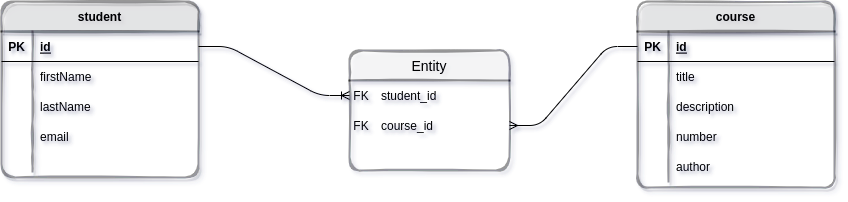
This is spring/data-jpa/assets/spring-jpa-projection/spring- jpa-projections.png from hakobtp/home, a draw.io export, as it was before one commit. Source tidied: cells renumbered, new cells last; positions are measured from the earlier drawing's top-left corner, leaving out a move shared by most shapes.
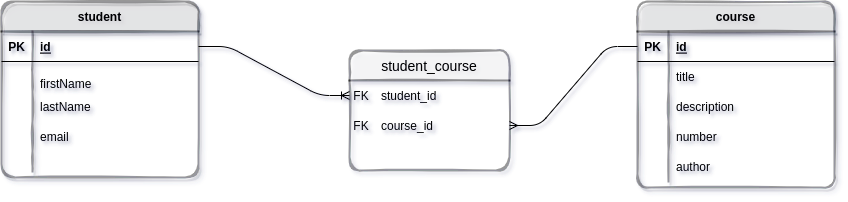
The same file after the commit.

Commit message:
added student-course_relationship png

The edit, as a diff of the source:
```diff
@@ -20,7 +20,7 @@
     <mxCell id="7" style="shape=partialRectangle;fillColor=none;top=0;left=0;bottom=0;right=0;overflow=hidden;" parent="6" vertex="1">
       <mxGeometry width="31" height="30" as="geometry" />
     </mxCell>
-    <mxCell id="8" value="firstName" style="shape=partialRectangle;fillColor=none;top=0;left=0;bottom=0;right=0;align=left;spacingLeft=6;overflow=hidden;" parent="6" vertex="1">
+    <mxCell id="8" value="&#10;firstName &#10;" style="shape=partialRectangle;fillColor=none;top=0;left=0;bottom=0;right=0;align=left;spacingLeft=6;overflow=hidden;" parent="6" vertex="1">
       <mxGeometry x="31" width="166" height="30" as="geometry" />
     </mxCell>
     <mxCell id="9" style="shape=tableRow;horizontal=0;startSize=0;swimlaneHead=0;swimlaneBody=0;fillColor=none;top=0;left=0;right=0;bottom=0;" parent="2" vertex="1">
@@ -98,34 +98,34 @@
     <mxCell id="33" value="author" style="shape=partialRectangle;fillColor=none;top=0;left=0;bottom=0;right=0;align=left;spacingLeft=6;overflow=hidden;" parent="31" vertex="1">
       <mxGeometry x="31" width="166" height="30" as="geometry" />
     </mxCell>
-    <mxCell id="34" value="Entity" style="swimlane;horizontal=1;startSize=30;rounded=1;fontSize=14;fontStyle=0;strokeWidth=2;shadow=0;dashed=0;align=center;sketch=1;fontFamily=Helvetica;fontColor=default;fillColor=default;opacity=40;" parent="1" vertex="1">
+    <mxCell id="34" value="student_course" style="swimlane;horizontal=1;startSize=30;rounded=1;fontSize=14;fontStyle=0;strokeWidth=2;shadow=0;dashed=0;align=center;sketch=1;fontFamily=Helvetica;opacity=40;" parent="1" vertex="1">
       <mxGeometry x="348" y="49" width="160" height="120" as="geometry" />
     </mxCell>
-    <mxCell id="35" style="shape=table;startSize=0;rowLines=0;fontStyle=0;align=center;strokeColor=none;fillColor=none;rounded=1;shadow=1;sketch=1;fontFamily=Helvetica;fontSize=12;fontColor=default;opacity=40;" parent="34" vertex="1">
+    <mxCell id="35" style="shape=table;startSize=0;rowLines=0;fontStyle=0;align=center;strokeColor=none;fillColor=none;rounded=1;shadow=1;sketch=1;fontFamily=Helvetica;fontSize=12;opacity=40;" parent="34" vertex="1">
       <mxGeometry y="30" width="160" height="90" as="geometry" />
     </mxCell>
-    <mxCell id="36" style="shape=tableRow;horizontal=0;startSize=0;swimlaneHead=0;swimlaneBody=0;fillColor=none;points=[[0,0.5],[1,0.5]];portConstraint=eastwest;top=0;left=0;right=0;bottom=0;rounded=1;shadow=1;sketch=1;fontFamily=Helvetica;fontSize=12;fontColor=default;strokeColor=default;strokeWidth=2;opacity=40;" parent="35" vertex="1">
+    <mxCell id="36" style="shape=tableRow;horizontal=0;startSize=0;swimlaneHead=0;swimlaneBody=0;fillColor=none;points=[[0,0.5],[1,0.5]];portConstraint=eastwest;top=0;left=0;right=0;bottom=0;rounded=1;shadow=1;sketch=1;fontFamily=Helvetica;fontSize=12;strokeWidth=2;opacity=40;" parent="35" vertex="1">
       <mxGeometry width="160" height="30" as="geometry" />
     </mxCell>
-    <mxCell id="37" value="FK" style="shape=partialRectangle;fillColor=none;top=0;left=0;bottom=0;right=0;fontStyle=0;overflow=hidden;rounded=1;shadow=1;sketch=1;fontFamily=Helvetica;fontSize=12;fontColor=default;startSize=30;strokeColor=default;strokeWidth=2;opacity=40;" parent="36" vertex="1">
+    <mxCell id="37" value="FK" style="shape=partialRectangle;fillColor=none;top=0;left=0;bottom=0;right=0;fontStyle=0;overflow=hidden;rounded=1;shadow=1;sketch=1;fontFamily=Helvetica;fontSize=12;startSize=30;strokeWidth=2;opacity=40;" parent="36" vertex="1">
       <mxGeometry width="24" height="30" as="geometry" />
     </mxCell>
-    <mxCell id="38" value="student_id" style="shape=partialRectangle;fillColor=none;top=0;left=0;bottom=0;right=0;align=left;spacingLeft=6;fontStyle=0;overflow=hidden;rounded=1;shadow=1;sketch=1;fontFamily=Helvetica;fontSize=12;fontColor=default;startSize=30;strokeColor=default;strokeWidth=2;opacity=40;" parent="36" vertex="1">
+    <mxCell id="38" value="student_id" style="shape=partialRectangle;fillColor=none;top=0;left=0;bottom=0;right=0;align=left;spacingLeft=6;fontStyle=0;overflow=hidden;rounded=1;shadow=1;sketch=1;fontFamily=Helvetica;fontSize=12;startSize=30;strokeWidth=2;opacity=40;" parent="36" vertex="1">
       <mxGeometry x="24" width="136" height="30" as="geometry" />
     </mxCell>
-    <mxCell id="39" style="shape=tableRow;horizontal=0;startSize=0;swimlaneHead=0;swimlaneBody=0;fillColor=none;top=0;left=0;right=0;bottom=0;rounded=1;shadow=1;sketch=1;fontFamily=Helvetica;fontSize=12;fontColor=default;strokeColor=default;strokeWidth=2;opacity=40;" parent="35" vertex="1">
+    <mxCell id="39" style="shape=tableRow;horizontal=0;startSize=0;swimlaneHead=0;swimlaneBody=0;fillColor=none;top=0;left=0;right=0;bottom=0;rounded=1;shadow=1;sketch=1;fontFamily=Helvetica;fontSize=12;strokeWidth=2;opacity=40;" parent="35" vertex="1">
       <mxGeometry y="30" width="160" height="30" as="geometry" />
     </mxCell>
-    <mxCell id="40" value="FK" style="shape=partialRectangle;fillColor=none;top=0;left=0;bottom=0;right=0;fontStyle=0;overflow=hidden;rounded=1;shadow=1;sketch=1;fontFamily=Helvetica;fontSize=12;fontColor=default;startSize=30;strokeColor=default;strokeWidth=2;opacity=40;" parent="39" vertex="1">
+    <mxCell id="40" value="FK" style="shape=partialRectangle;fillColor=none;top=0;left=0;bottom=0;right=0;fontStyle=0;overflow=hidden;rounded=1;shadow=1;sketch=1;fontFamily=Helvetica;fontSize=12;startSize=30;strokeWidth=2;opacity=40;" parent="39" vertex="1">
       <mxGeometry width="24" height="30" as="geometry" />
     </mxCell>
-    <mxCell id="41" value="course_id" style="shape=partialRectangle;fillColor=none;top=0;left=0;bottom=0;right=0;align=left;spacingLeft=6;fontStyle=0;overflow=hidden;rounded=1;shadow=1;sketch=1;fontFamily=Helvetica;fontSize=12;fontColor=default;startSize=30;strokeColor=default;strokeWidth=2;opacity=40;" parent="39" vertex="1">
+    <mxCell id="41" value="course_id" style="shape=partialRectangle;fillColor=none;top=0;left=0;bottom=0;right=0;align=left;spacingLeft=6;fontStyle=0;overflow=hidden;rounded=1;shadow=1;sketch=1;fontFamily=Helvetica;fontSize=12;startSize=30;strokeWidth=2;opacity=40;" parent="39" vertex="1">
       <mxGeometry x="24" width="136" height="30" as="geometry" />
     </mxCell>
-    <mxCell id="42" style="edgeStyle=entityRelationEdgeStyle;fontSize=12;html=1;endArrow=ERoneToMany;rounded=1;sketch=0;fontFamily=Helvetica;fontColor=default;startSize=30;curved=0;exitX=1;exitY=0.5;exitDx=0;exitDy=0;entryX=0;entryY=0.5;entryDx=0;entryDy=0;" parent="1" edge="1" source="3" target="36">
+    <mxCell id="42" style="edgeStyle=entityRelationEdgeStyle;fontSize=12;html=1;endArrow=ERoneToMany;rounded=1;sketch=0;fontFamily=Helvetica;startSize=30;curved=0;exitX=1;exitY=0.5;exitDx=0;exitDy=0;entryX=0;entryY=0.5;entryDx=0;entryDy=0;" parent="1" edge="1" source="3" target="36">
       <mxGeometry relative="1" as="geometry" />
     </mxCell>
-    <mxCell id="43" style="edgeStyle=entityRelationEdgeStyle;fontSize=12;html=1;endArrow=ERmany;rounded=1;sketch=0;fontFamily=Helvetica;fontColor=default;startSize=30;curved=0;entryX=1;entryY=0.5;entryDx=0;entryDy=0;exitX=0;exitY=0.5;exitDx=0;exitDy=0;" parent="1" edge="1" source="19" target="35">
+    <mxCell id="43" style="edgeStyle=entityRelationEdgeStyle;fontSize=12;html=1;endArrow=ERmany;rounded=1;sketch=0;fontFamily=Helvetica;startSize=30;curved=0;entryX=1;entryY=0.5;entryDx=0;entryDy=0;exitX=0;exitY=0.5;exitDx=0;exitDy=0;" parent="1" edge="1" source="19" target="35">
       <mxGeometry relative="1" as="geometry" />
     </mxCell>
   </root>
```
